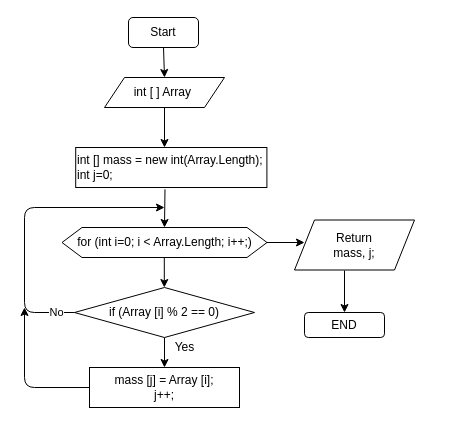
Above: 2021/BlockDiagram/GetEvenIntegers_method.drawio in AbubakirovRA/FinalWork2021 (draw.io), before the change. Source tidied: cells renumbered, new cells numbered last; positions are measured from the earlier drawing's top-left corner, leaving out a move shared by most shapes. Both pictures are drawn from the tidied source at 100%, with x=0, y=0 at pixel (24, 17).
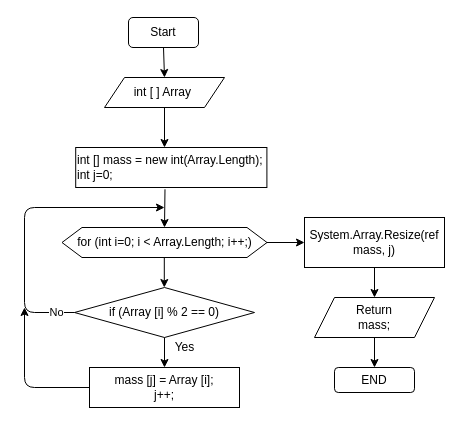
Above is the later version.

Commit message (it also covers changes not shown here):
Change block diagrams

The edit, as a diff of the source:
```diff
@@
     <mxCell id="14" value="END" style="rounded=1;whiteSpace=wrap;html=1;" parent="1" vertex="1">
-      <mxGeometry x="280" y="295" width="80" height="25" as="geometry" />
+      <mxGeometry x="310" y="350" width="80" height="25" as="geometry" />
     </mxCell>
@@
+    <mxCell id="20" style="endArrow=classic;html=1;entryX=0.5;entryY=0;entryDx=0;entryDy=0;startArrow=none;" parent="1" edge="1" source="19" target="14">
+      <mxGeometry relative="1" as="geometry" />
+    </mxCell>
-    <mxCell id="19" value="&lt;span&gt;Return&lt;/span&gt;&lt;br&gt;&lt;span&gt;mass, j;&lt;/span&gt;" style="shape=parallelogram;perimeter=parallelogramPerimeter;whiteSpace=wrap;html=1;fixedSize=1;" parent="1" vertex="1">
-      <mxGeometry x="270" y="202.5" width="120" height="50" as="geometry" />
+    <mxCell id="19" value="&lt;span&gt;Return&lt;/span&gt;&lt;br&gt;&lt;span&gt;mass;&lt;/span&gt;" style="shape=parallelogram;perimeter=parallelogramPerimeter;whiteSpace=wrap;html=1;fixedSize=1;" parent="1" vertex="1">
+      <mxGeometry x="290" y="280" width="120" height="40" as="geometry" />
     </mxCell>
-    <mxCell id="20" style="endArrow=classic;html=1;entryX=0.5;entryY=0;entryDx=0;entryDy=0;" parent="1" edge="1" target="14">
-      <mxGeometry relative="1" as="geometry">
-        <mxPoint x="320" y="253" as="sourcePoint" />
-      </mxGeometry>
-    </mxCell>
+    <mxCell id="21" style="edgeStyle=none;html=1;exitX=0.5;exitY=1;exitDx=0;exitDy=0;entryX=0.5;entryY=0;entryDx=0;entryDy=0;" parent="1" edge="1" source="22" target="19">
+      <mxGeometry relative="1" as="geometry" />
+    </mxCell>
+    <mxCell id="22" value="System.Array.Resize(ref mass, j)" style="rounded=0;whiteSpace=wrap;html=1;" parent="1" vertex="1">
+      <mxGeometry x="280" y="200" width="140" height="50" as="geometry" />
+    </mxCell>
```
